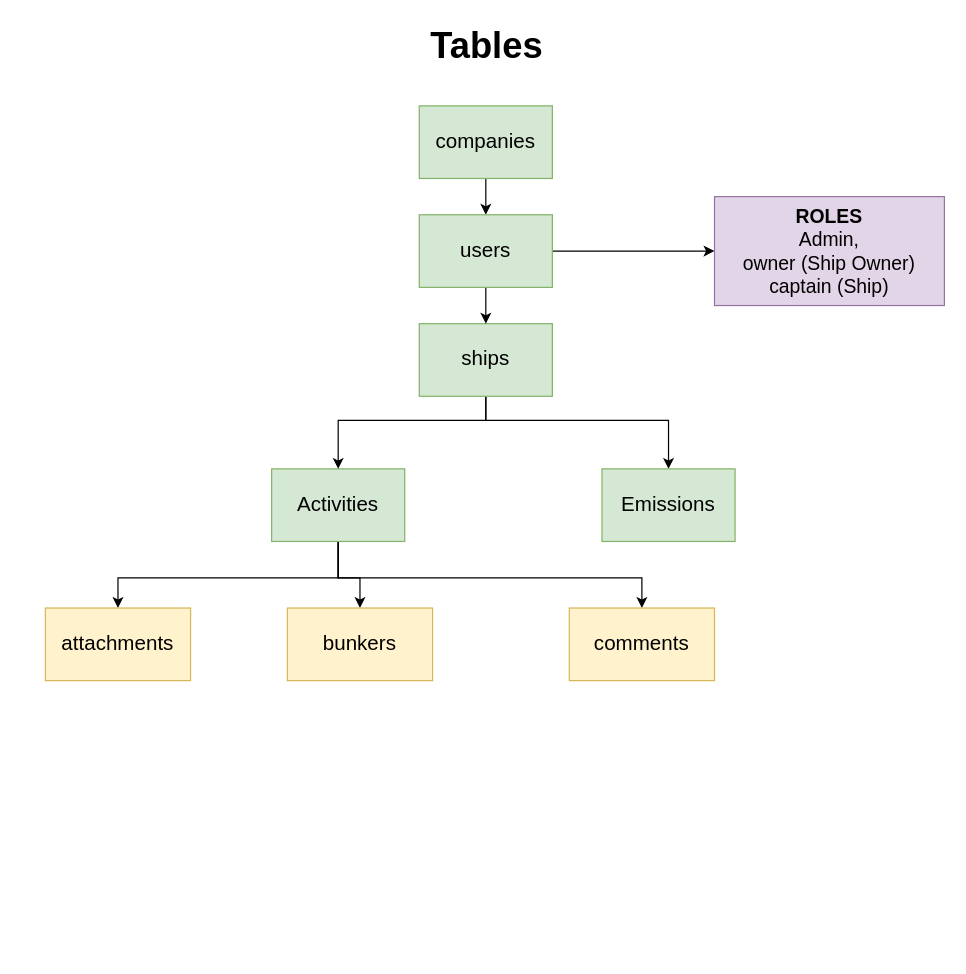
dagistan-tuncbilek/tasarimlar keeps this draw.io diagram as page "Main Structure" (2 of 8) of mrvtool.drawio. Above is the earlier version. Source tidied: cells renumbered, new cells numbered last; positions are measured from the earlier drawing's top-left corner, leaving out a move shared by most shapes. Both pictures are drawn from the tidied source at 121%, with x=0, y=0 at pixel (45, 21).
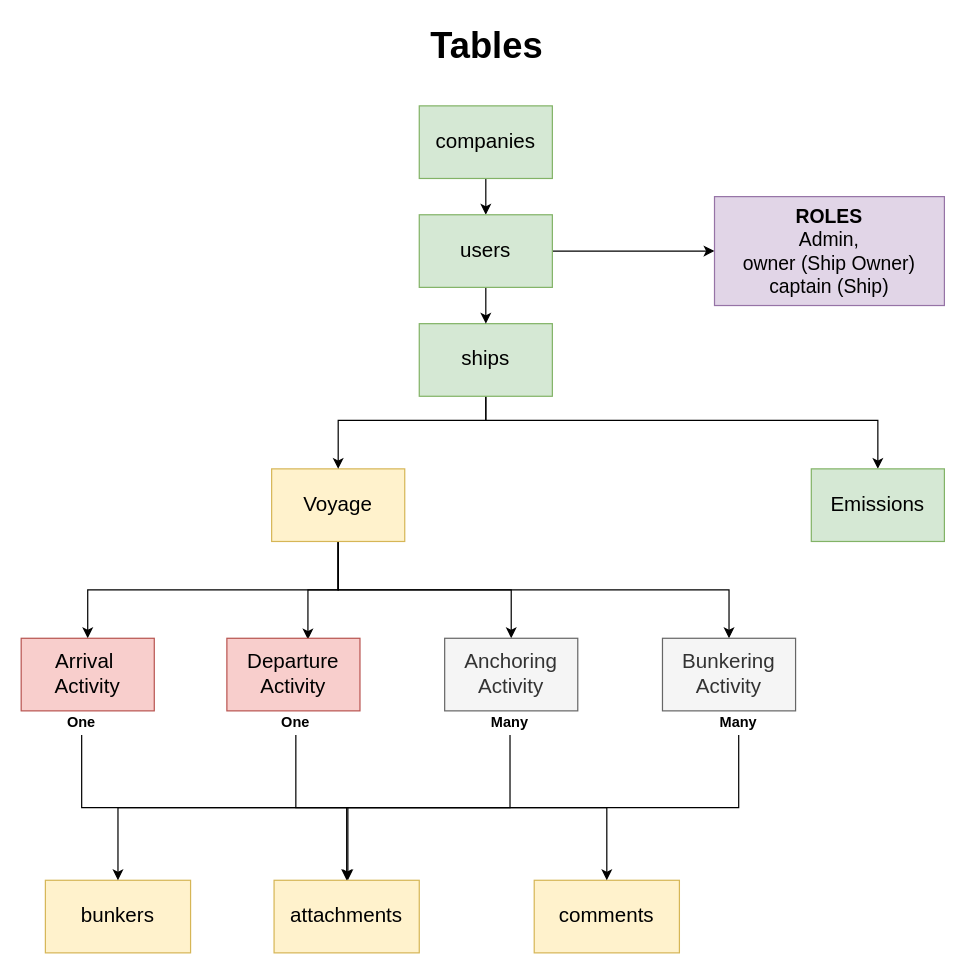
The same page after the edit.

Unchanged cells that the change refers to:
```xml
<mxCell id="11" value="ships" style="rounded=0;whiteSpace=wrap;html=1;fontSize=17;fillColor=#d5e8d4;strokeColor=#82b366;" parent="1" vertex="1">
  <mxGeometry x="309" y="250" width="110" height="60" as="geometry" />
</mxCell>
```

What changed in the source:
```diff
@@
-    <mxCell id="2" style="edgeStyle=orthogonalEdgeStyle;rounded=0;jettySize=auto;html=1;entryX=0.5;entryY=0;entryDx=0;entryDy=0;" parent="1" edge="1" source="5" target="7">
-      <mxGeometry relative="1" as="geometry">
-        <Array as="points">
-          <mxPoint x="242" y="460" />
-          <mxPoint x="260" y="460" />
-        </Array>
-      </mxGeometry>
-    </mxCell>
-    <mxCell id="3" style="edgeStyle=orthogonalEdgeStyle;rounded=0;jettySize=auto;html=1;entryX=0.5;entryY=0;entryDx=0;entryDy=0;" parent="1" edge="1" source="5" target="8">
-      <mxGeometry relative="1" as="geometry">
-        <Array as="points">
-          <mxPoint x="242" y="460" />
-          <mxPoint x="60" y="460" />
-        </Array>
-      </mxGeometry>
-    </mxCell>
-    <mxCell id="4" style="edgeStyle=orthogonalEdgeStyle;rounded=0;jettySize=auto;html=1;" parent="1" edge="1" source="5" target="18">
-      <mxGeometry relative="1" as="geometry">
-        <Array as="points">
-          <mxPoint x="242" y="460" />
-          <mxPoint x="493" y="460" />
-        </Array>
-      </mxGeometry>
-    </mxCell>
+    <mxCell id="20" style="edgeStyle=orthogonalEdgeStyle;rounded=0;jettySize=auto;html=1;entryX=0.5;entryY=0;entryDx=0;entryDy=0;" parent="1" edge="1" source="5" target="24">
+      <mxGeometry relative="1" as="geometry">
+        <Array as="points">
+          <mxPoint x="242" y="470" />
+          <mxPoint x="35" y="470" />
+        </Array>
+      </mxGeometry>
+    </mxCell>
+    <mxCell id="21" style="edgeStyle=orthogonalEdgeStyle;rounded=0;jettySize=auto;html=1;entryX=0.609;entryY=0.017;entryDx=0;entryDy=0;entryPerimeter=0;" parent="1" edge="1" source="5" target="25">
+      <mxGeometry relative="1" as="geometry" />
+    </mxCell>
+    <mxCell id="22" style="edgeStyle=orthogonalEdgeStyle;rounded=0;jettySize=auto;html=1;" parent="1" edge="1" source="5" target="27">
+      <mxGeometry relative="1" as="geometry">
+        <Array as="points">
+          <mxPoint x="242" y="470" />
+          <mxPoint x="385" y="470" />
+        </Array>
+      </mxGeometry>
+    </mxCell>
+    <mxCell id="23" style="edgeStyle=orthogonalEdgeStyle;rounded=0;jettySize=auto;html=1;" parent="1" edge="1" source="5" target="26">
+      <mxGeometry relative="1" as="geometry">
+        <Array as="points">
+          <mxPoint x="242" y="470" />
+          <mxPoint x="565" y="470" />
+        </Array>
+      </mxGeometry>
+    </mxCell>
-    <mxCell id="5" value="Activities" style="rounded=0;whiteSpace=wrap;html=1;fontSize=17;fillColor=#d5e8d4;strokeColor=#82b366;" parent="1" vertex="1">
+    <mxCell id="5" value="Voyage" style="rounded=0;whiteSpace=wrap;html=1;fontSize=17;fillColor=#fff2cc;strokeColor=#d6b656;" parent="1" vertex="1">
       <mxGeometry x="187" y="370" width="110" height="60" as="geometry" />
     </mxCell>
@@
     <mxCell id="7" value="bunkers" style="rounded=0;whiteSpace=wrap;html=1;fontSize=17;fillColor=#fff2cc;strokeColor=#d6b656;" parent="1" vertex="1">
-      <mxGeometry x="200" y="485" width="120" height="60" as="geometry" />
+      <mxGeometry y="710" width="120" height="60" as="geometry" />
     </mxCell>
     <mxCell id="8" value="attachments" style="rounded=0;whiteSpace=wrap;html=1;fontSize=17;fillColor=#fff2cc;strokeColor=#d6b656;" parent="1" vertex="1">
-      <mxGeometry y="485" width="120" height="60" as="geometry" />
+      <mxGeometry x="189" y="710" width="120" height="60" as="geometry" />
     </mxCell>
@@
     <mxCell id="10" style="edgeStyle=orthogonalEdgeStyle;rounded=0;jettySize=auto;html=1;entryX=0.5;entryY=0;entryDx=0;entryDy=0;" parent="1" edge="1" source="11" target="17">
       <mxGeometry relative="1" as="geometry">
         <Array as="points">
           <mxPoint x="364" y="330" />
-          <mxPoint x="515" y="330" />
+          <mxPoint x="688" y="330" />
         </Array>
       </mxGeometry>
     </mxCell>
@@
     <mxCell id="17" value="Emissions" style="rounded=0;whiteSpace=wrap;html=1;fontSize=17;fillColor=#d5e8d4;strokeColor=#82b366;" parent="1" vertex="1">
-      <mxGeometry x="460" y="370" width="110" height="60" as="geometry" />
+      <mxGeometry x="633" y="370" width="110" height="60" as="geometry" />
     </mxCell>
     <mxCell id="18" value="comments" style="rounded=0;whiteSpace=wrap;html=1;fontSize=17;fillColor=#fff2cc;strokeColor=#d6b656;" parent="1" vertex="1">
-      <mxGeometry x="433" y="485" width="120" height="60" as="geometry" />
+      <mxGeometry x="404" y="710" width="120" height="60" as="geometry" />
     </mxCell>
@@
+    <mxCell id="24" value="Arrival&amp;nbsp; Activity" style="rounded=0;whiteSpace=wrap;html=1;fontSize=17;fillColor=#f8cecc;strokeColor=#b85450;" parent="1" vertex="1">
+      <mxGeometry x="-20" y="510" width="110" height="60" as="geometry" />
+    </mxCell>
+    <mxCell id="25" value="Departure Activity" style="rounded=0;whiteSpace=wrap;html=1;fontSize=17;fillColor=#f8cecc;strokeColor=#b85450;" parent="1" vertex="1">
+      <mxGeometry x="150" y="510" width="110" height="60" as="geometry" />
+    </mxCell>
+    <mxCell id="26" value="Bunkering Activity" style="rounded=0;whiteSpace=wrap;html=1;fontSize=17;fillColor=#f5f5f5;strokeColor=#666666;fontColor=#333333;" parent="1" vertex="1">
+      <mxGeometry x="510" y="510" width="110" height="60" as="geometry" />
+    </mxCell>
+    <mxCell id="27" value="Anchoring Activity" style="rounded=0;whiteSpace=wrap;html=1;fontSize=17;fillColor=#f5f5f5;strokeColor=#666666;fontColor=#333333;" parent="1" vertex="1">
+      <mxGeometry x="330" y="510" width="110" height="60" as="geometry" />
+    </mxCell>
+    <mxCell id="28" style="edgeStyle=orthogonalEdgeStyle;rounded=0;jettySize=auto;html=1;" parent="1" edge="1" source="29" target="18">
+      <mxGeometry relative="1" as="geometry">
+        <Array as="points">
+          <mxPoint x="30" y="650" />
+          <mxPoint x="464" y="650" />
+        </Array>
+      </mxGeometry>
+    </mxCell>
+    <mxCell id="29" value="One" style="text;html=1;strokeColor=none;fillColor=none;align=center;verticalAlign=middle;whiteSpace=wrap;rounded=0;fontStyle=1;" parent="1" vertex="1">
+      <mxGeometry x="10" y="570" width="40" height="20" as="geometry" />
+    </mxCell>
+    <mxCell id="30" style="edgeStyle=orthogonalEdgeStyle;rounded=0;jettySize=auto;html=1;entryX=0.5;entryY=0;entryDx=0;entryDy=0;" parent="1" edge="1" source="31" target="8">
+      <mxGeometry relative="1" as="geometry" />
+    </mxCell>
+    <mxCell id="31" value="One" style="text;html=1;strokeColor=none;fillColor=none;align=center;verticalAlign=middle;whiteSpace=wrap;rounded=0;fontStyle=1;" parent="1" vertex="1">
+      <mxGeometry x="187" y="570" width="40" height="20" as="geometry" />
+    </mxCell>
+    <mxCell id="32" style="edgeStyle=orthogonalEdgeStyle;rounded=0;jettySize=auto;html=1;" parent="1" edge="1" source="33">
+      <mxGeometry relative="1" as="geometry">
+        <mxPoint x="250" y="710" as="targetPoint" />
+        <Array as="points">
+          <mxPoint x="384" y="650" />
+          <mxPoint x="250" y="650" />
+        </Array>
+      </mxGeometry>
+    </mxCell>
+    <mxCell id="33" value="Many" style="text;html=1;strokeColor=none;fillColor=none;align=center;verticalAlign=middle;whiteSpace=wrap;rounded=0;fontStyle=1;" parent="1" vertex="1">
+      <mxGeometry x="364" y="570" width="40" height="20" as="geometry" />
+    </mxCell>
+    <mxCell id="34" style="edgeStyle=orthogonalEdgeStyle;rounded=0;jettySize=auto;html=1;" parent="1" edge="1" source="35" target="7">
+      <mxGeometry relative="1" as="geometry">
+        <Array as="points">
+          <mxPoint x="573" y="650" />
+          <mxPoint x="60" y="650" />
+        </Array>
+      </mxGeometry>
+    </mxCell>
+    <mxCell id="35" value="Many" style="text;html=1;strokeColor=none;fillColor=none;align=center;verticalAlign=middle;whiteSpace=wrap;rounded=0;fontStyle=1;" parent="1" vertex="1">
+      <mxGeometry x="553" y="570" width="40" height="20" as="geometry" />
+    </mxCell>
```
